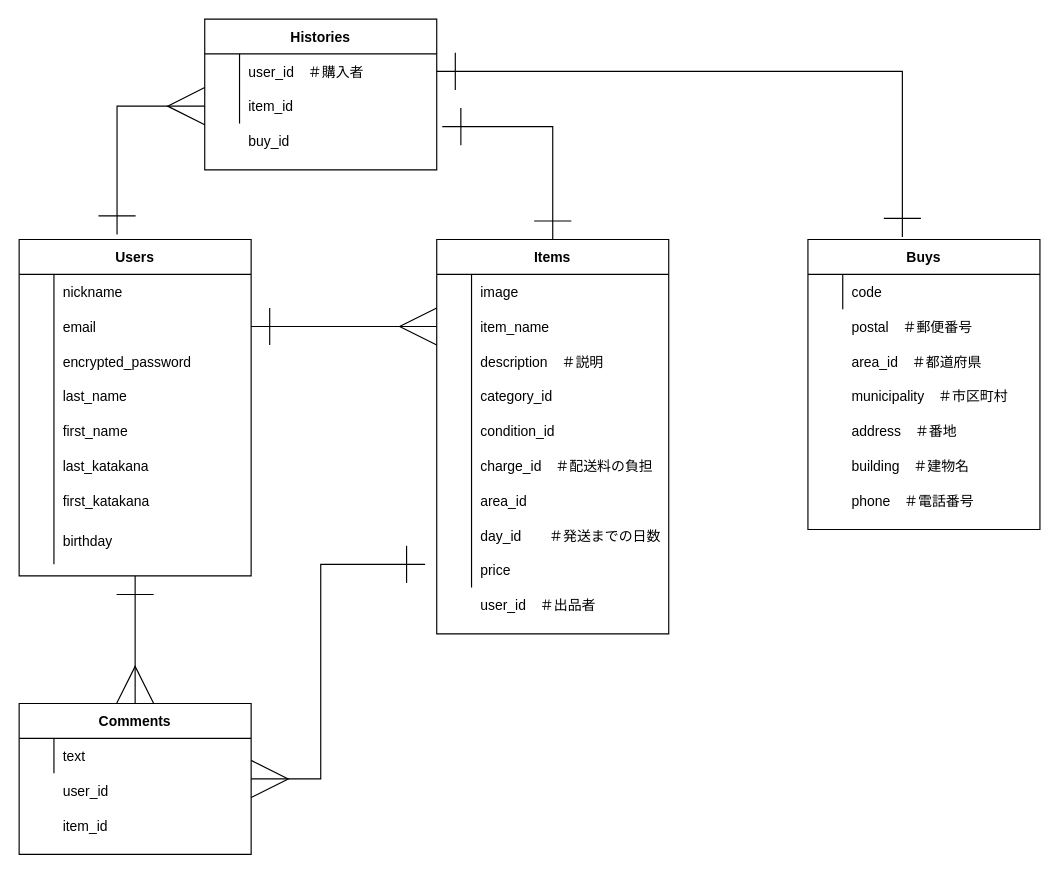
KUMA-06/furima-36109 keeps this draw.io diagram as furima.dio. Above is the earlier version. Source tidied: cells renumbered, new cells numbered last; positions are measured from the earlier drawing's top-left corner, leaving out a move shared by most shapes. Both pictures are drawn from the tidied source at 116%, with x=0, y=0 at pixel (19, 19).
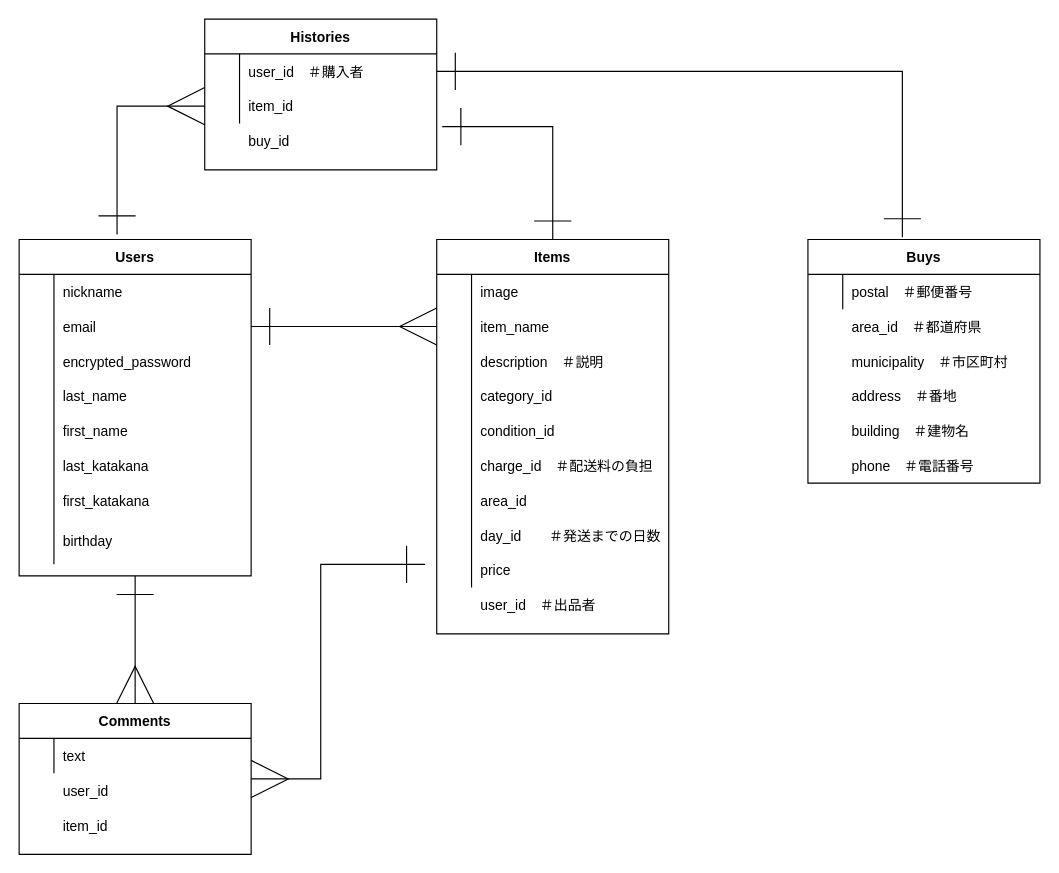
The same page after the edit.

Commit message (it also covers changes not shown here):
データベース　更新３

The change refers to these unchanged cells:
```xml
<mxCell id="67" style="shape=partialRectangle;fillColor=none;top=0;left=0;bottom=0;right=0;" parent="66" vertex="1">
  <mxGeometry y="30" width="200" height="30" as="geometry" />
</mxCell>
```

The edit, as a diff of the source:
```diff
@@
     <mxCell id="66" value="Buys" style="shape=table;startSize=30;childLayout=tableLayout;rowLines=0;fontStyle=1;align=center;" parent="1" vertex="1">
-      <mxGeometry x="680" y="190" width="200" height="250" as="geometry" />
+      <mxGeometry x="680" y="190" width="200" height="210" as="geometry" />
     </mxCell>
@@
-    <mxCell id="69" value="code" style="shape=partialRectangle;fillColor=none;top=0;left=0;bottom=0;right=0;align=left;spacingLeft=6;overflow=hidden;" parent="67" vertex="1">
+    <mxCell id="69" style="shape=partialRectangle;fillColor=none;top=0;left=0;bottom=0;right=0;align=left;spacingLeft=6;overflow=hidden;" parent="67" vertex="1">
       <mxGeometry x="30" width="170" height="30" as="geometry" />
     </mxCell>
     <mxCell id="70" value="postal　＃郵便番号" style="shape=partialRectangle;fillColor=none;top=0;left=0;bottom=0;right=0;align=left;spacingLeft=6;overflow=hidden;" parent="1" vertex="1">
-      <mxGeometry x="710" y="250" width="170" height="30" as="geometry" />
+      <mxGeometry x="710" y="220" width="170" height="30" as="geometry" />
     </mxCell>
     <mxCell id="71" value="area_id　＃都道府県" style="shape=partialRectangle;fillColor=none;top=0;left=0;bottom=0;right=0;align=left;spacingLeft=6;overflow=hidden;" parent="1" vertex="1">
-      <mxGeometry x="710" y="280" width="150" height="30" as="geometry" />
+      <mxGeometry x="710" y="250" width="150" height="30" as="geometry" />
     </mxCell>
     <mxCell id="72" value="municipality　＃市区町村" style="shape=partialRectangle;fillColor=none;top=0;left=0;bottom=0;right=0;align=left;spacingLeft=6;overflow=hidden;" parent="1" vertex="1">
-      <mxGeometry x="710" y="310" width="150" height="30" as="geometry" />
+      <mxGeometry x="710" y="280" width="150" height="30" as="geometry" />
     </mxCell>
     <mxCell id="73" value="address　＃番地" style="shape=partialRectangle;fillColor=none;top=0;left=0;bottom=0;right=0;align=left;spacingLeft=6;overflow=hidden;" parent="1" vertex="1">
-      <mxGeometry x="710" y="340" width="150" height="30" as="geometry" />
+      <mxGeometry x="710" y="310" width="150" height="30" as="geometry" />
     </mxCell>
     <mxCell id="74" value="building　＃建物名" style="shape=partialRectangle;fillColor=none;top=0;left=0;bottom=0;right=0;align=left;spacingLeft=6;overflow=hidden;" parent="1" vertex="1">
-      <mxGeometry x="710" y="370" width="150" height="30" as="geometry" />
+      <mxGeometry x="710" y="340" width="150" height="30" as="geometry" />
     </mxCell>
     <mxCell id="75" value="phone　＃電話番号" style="shape=partialRectangle;fillColor=none;top=0;left=0;bottom=0;right=0;align=left;spacingLeft=6;overflow=hidden;" parent="1" vertex="1">
-      <mxGeometry x="710" y="400" width="150" height="30" as="geometry" />
+      <mxGeometry x="710" y="370" width="150" height="30" as="geometry" />
     </mxCell>
```
